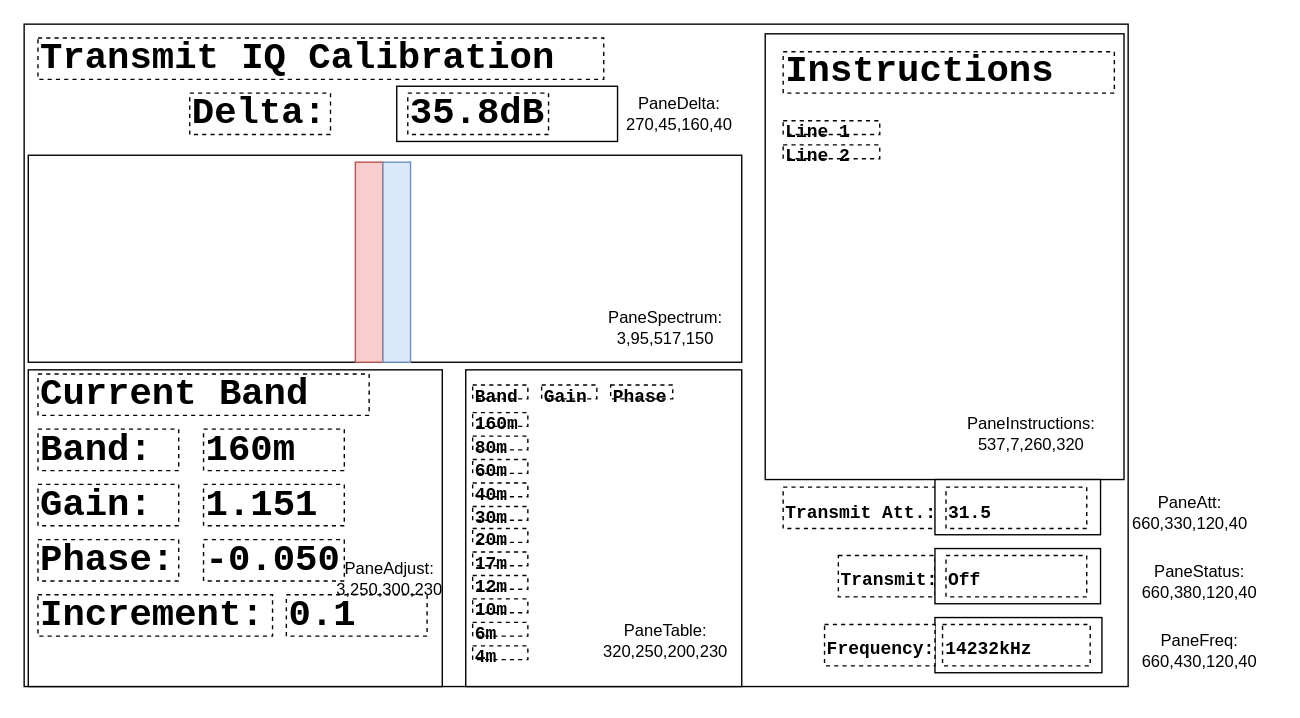
KI3P/Phoenix keeps this draw.io diagram as page "Transmit IQ Cal" (4 of 7) of code/docs/window_panes.drawio. Above is the earlier version. Source tidied: cells renumbered, new cells numbered last; positions are measured from the earlier drawing's top-left corner, leaving out a move shared by most shapes. Both pictures are drawn from the tidied source at 138%, with x=0, y=0 at pixel (23, 23).
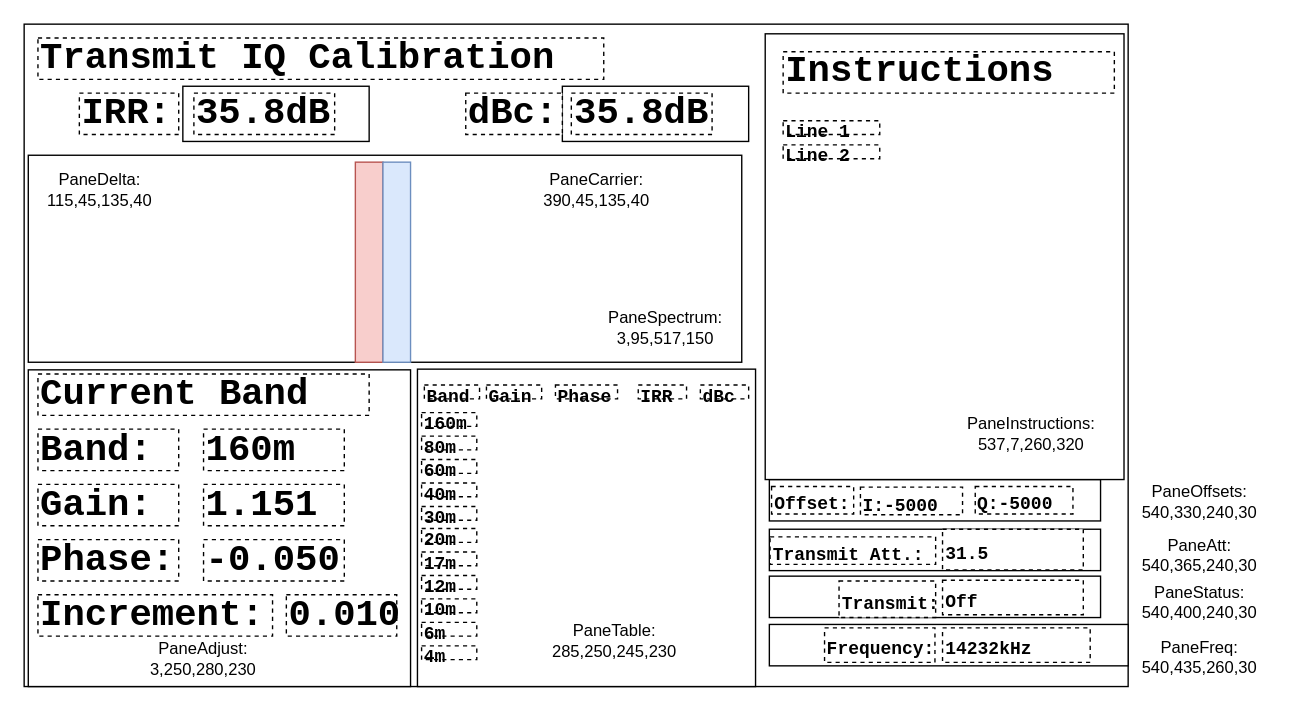
After the change.

The edit, as a diff of the source:
```diff
@@
+    <mxCell id="37" style="rounded=0;whiteSpace=wrap;html=1;" parent="1" vertex="1">
+      <mxGeometry x="540" y="366" width="240" height="30" as="geometry" />
+    </mxCell>
+    <mxCell id="56" style="rounded=0;whiteSpace=wrap;html=1;" parent="1" vertex="1">
+      <mxGeometry x="540" y="330" width="240" height="30" as="geometry" />
+    </mxCell>
+    <mxCell id="41" style="rounded=0;whiteSpace=wrap;html=1;" parent="1" vertex="1">
+      <mxGeometry x="540" y="400" width="240" height="30" as="geometry" />
+    </mxCell>
+    <mxCell id="57" style="rounded=0;whiteSpace=wrap;html=1;" parent="1" vertex="1">
+      <mxGeometry x="390" y="45" width="135" height="40" as="geometry" />
+    </mxCell>
     <mxCell id="3" style="rounded=0;whiteSpace=wrap;html=1;" parent="1" vertex="1">
-      <mxGeometry x="320" y="250.5" width="200" height="229.5" as="geometry" />
+      <mxGeometry x="285" y="250" width="245" height="230" as="geometry" />
     </mxCell>
     <mxCell id="4" style="rounded=0;whiteSpace=wrap;html=1;" parent="1" vertex="1">
-      <mxGeometry x="3" y="250.5" width="300" height="229.5" as="geometry" />
+      <mxGeometry x="3" y="250.5" width="277" height="229.5" as="geometry" />
     </mxCell>
@@
-    <mxCell id="13" value="0.1" style="rounded=0;whiteSpace=wrap;html=1;fontFamily=Courier New;fontSize=27;fontStyle=1;align=left;dashed=1;" parent="1" vertex="1">
-      <mxGeometry x="190" y="413.5" width="102" height="30" as="geometry" />
+    <mxCell id="13" value="0.010" style="rounded=0;whiteSpace=wrap;html=1;fontFamily=Courier New;fontSize=27;fontStyle=1;align=left;dashed=1;" parent="1" vertex="1">
+      <mxGeometry x="190" y="413.5" width="80" height="30" as="geometry" />
     </mxCell>
@@
     <mxCell id="15" value="&lt;font style=&quot;font-size: 13px;&quot;&gt;Band&lt;/font&gt;" style="rounded=0;whiteSpace=wrap;html=1;fontFamily=Courier New;fontSize=27;fontStyle=1;align=left;dashed=1;" parent="1" vertex="1">
-      <mxGeometry x="325" y="261.5" width="40" height="10" as="geometry" />
+      <mxGeometry x="290" y="261.5" width="40" height="10" as="geometry" />
     </mxCell>
     <mxCell id="16" value="&lt;font style=&quot;font-size: 13px;&quot;&gt;Gain&lt;/font&gt;" style="rounded=0;whiteSpace=wrap;html=1;fontFamily=Courier New;fontSize=27;fontStyle=1;align=left;dashed=1;" parent="1" vertex="1">
-      <mxGeometry x="375" y="261.5" width="40" height="10" as="geometry" />
+      <mxGeometry x="335" y="261.5" width="40" height="10" as="geometry" />
     </mxCell>
     <mxCell id="17" value="&lt;font style=&quot;font-size: 13px;&quot;&gt;Phase&lt;/font&gt;" style="rounded=0;whiteSpace=wrap;html=1;fontFamily=Courier New;fontSize=27;fontStyle=1;align=left;dashed=1;" parent="1" vertex="1">
-      <mxGeometry x="425" y="261.5" width="45" height="10" as="geometry" />
+      <mxGeometry x="385" y="261.5" width="45" height="10" as="geometry" />
     </mxCell>
     <mxCell id="18" value="&lt;font style=&quot;font-size: 13px;&quot;&gt;160m&lt;/font&gt;" style="rounded=0;whiteSpace=wrap;html=1;fontFamily=Courier New;fontSize=27;fontStyle=1;align=left;dashed=1;" parent="1" vertex="1">
-      <mxGeometry x="325" y="281.5" width="40" height="10" as="geometry" />
+      <mxGeometry x="288" y="281.5" width="40" height="10" as="geometry" />
     </mxCell>
     <mxCell id="19" value="&lt;font style=&quot;font-size: 13px;&quot;&gt;80m&lt;/font&gt;" style="rounded=0;whiteSpace=wrap;html=1;fontFamily=Courier New;fontSize=27;fontStyle=1;align=left;dashed=1;" parent="1" vertex="1">
-      <mxGeometry x="325" y="298.5" width="40" height="10" as="geometry" />
+      <mxGeometry x="288" y="298.5" width="40" height="10" as="geometry" />
     </mxCell>
     <mxCell id="20" value="&lt;font style=&quot;font-size: 13px;&quot;&gt;60m&lt;/font&gt;" style="rounded=0;whiteSpace=wrap;html=1;fontFamily=Courier New;fontSize=27;fontStyle=1;align=left;dashed=1;" parent="1" vertex="1">
-      <mxGeometry x="325" y="315.5" width="40" height="10" as="geometry" />
+      <mxGeometry x="288" y="315.5" width="40" height="10" as="geometry" />
     </mxCell>
     <mxCell id="21" value="&lt;font style=&quot;font-size: 13px;&quot;&gt;40m&lt;/font&gt;" style="rounded=0;whiteSpace=wrap;html=1;fontFamily=Courier New;fontSize=27;fontStyle=1;align=left;dashed=1;" parent="1" vertex="1">
-      <mxGeometry x="325" y="332.5" width="40" height="10" as="geometry" />
+      <mxGeometry x="288" y="332.5" width="40" height="10" as="geometry" />
     </mxCell>
     <mxCell id="22" value="&lt;font style=&quot;font-size: 13px;&quot;&gt;30m&lt;/font&gt;" style="rounded=0;whiteSpace=wrap;html=1;fontFamily=Courier New;fontSize=27;fontStyle=1;align=left;dashed=1;" parent="1" vertex="1">
-      <mxGeometry x="325" y="349.5" width="40" height="10" as="geometry" />
+      <mxGeometry x="288" y="349.5" width="40" height="10" as="geometry" />
     </mxCell>
     <mxCell id="23" value="&lt;font style=&quot;font-size: 13px;&quot;&gt;20m&lt;/font&gt;" style="rounded=0;whiteSpace=wrap;html=1;fontFamily=Courier New;fontSize=27;fontStyle=1;align=left;dashed=1;" parent="1" vertex="1">
-      <mxGeometry x="325" y="365.5" width="40" height="10" as="geometry" />
+      <mxGeometry x="288" y="365.5" width="40" height="10" as="geometry" />
     </mxCell>
     <mxCell id="24" value="&lt;font style=&quot;font-size: 13px;&quot;&gt;17m&lt;/font&gt;" style="rounded=0;whiteSpace=wrap;html=1;fontFamily=Courier New;fontSize=27;fontStyle=1;align=left;dashed=1;" parent="1" vertex="1">
-      <mxGeometry x="325" y="382.5" width="40" height="10" as="geometry" />
+      <mxGeometry x="288" y="382.5" width="40" height="10" as="geometry" />
     </mxCell>
     <mxCell id="25" value="&lt;font style=&quot;font-size: 13px;&quot;&gt;12m&lt;/font&gt;" style="rounded=0;whiteSpace=wrap;html=1;fontFamily=Courier New;fontSize=27;fontStyle=1;align=left;dashed=1;" parent="1" vertex="1">
-      <mxGeometry x="325" y="399.5" width="40" height="10" as="geometry" />
+      <mxGeometry x="288" y="399.5" width="40" height="10" as="geometry" />
     </mxCell>
     <mxCell id="26" value="&lt;font style=&quot;font-size: 13px;&quot;&gt;10m&lt;/font&gt;" style="rounded=0;whiteSpace=wrap;html=1;fontFamily=Courier New;fontSize=27;fontStyle=1;align=left;dashed=1;" parent="1" vertex="1">
-      <mxGeometry x="325" y="416.5" width="40" height="10" as="geometry" />
+      <mxGeometry x="288" y="416.5" width="40" height="10" as="geometry" />
     </mxCell>
     <mxCell id="27" value="&lt;font style=&quot;font-size: 13px;&quot;&gt;6m&lt;/font&gt;" style="rounded=0;whiteSpace=wrap;html=1;fontFamily=Courier New;fontSize=27;fontStyle=1;align=left;dashed=1;" parent="1" vertex="1">
-      <mxGeometry x="325" y="433.5" width="40" height="10" as="geometry" />
+      <mxGeometry x="288" y="433.5" width="40" height="10" as="geometry" />
     </mxCell>
     <mxCell id="28" value="&lt;font style=&quot;font-size: 13px;&quot;&gt;4m&lt;/font&gt;" style="rounded=0;whiteSpace=wrap;html=1;fontFamily=Courier New;fontSize=27;fontStyle=1;align=left;dashed=1;" parent="1" vertex="1">
-      <mxGeometry x="325" y="450.5" width="40" height="10" as="geometry" />
+      <mxGeometry x="288" y="450.5" width="40" height="10" as="geometry" />
     </mxCell>
@@
-    <mxCell id="34" value="PaneTable: 320,250,200,230" style="text;html=1;whiteSpace=wrap;strokeColor=none;fillColor=none;align=center;verticalAlign=middle;rounded=0;" parent="1" vertex="1">
-      <mxGeometry x="410" y="421.5" width="110" height="50" as="geometry" />
+    <mxCell id="34" value="PaneTable: 285,250,245,230" style="text;html=1;whiteSpace=wrap;strokeColor=none;fillColor=none;align=center;verticalAlign=middle;rounded=0;" parent="1" vertex="1">
+      <mxGeometry x="373" y="421.5" width="110" height="50" as="geometry" />
     </mxCell>
-    <mxCell id="35" value="PaneAdjust: 3,250,300,230" style="text;html=1;whiteSpace=wrap;strokeColor=none;fillColor=none;align=center;verticalAlign=middle;rounded=0;" parent="1" vertex="1">
-      <mxGeometry x="210" y="377" width="110" height="50" as="geometry" />
+    <mxCell id="35" value="PaneAdjust: 3,250,280,230" style="text;html=1;whiteSpace=wrap;strokeColor=none;fillColor=none;align=center;verticalAlign=middle;rounded=0;" parent="1" vertex="1">
+      <mxGeometry x="75" y="435" width="110" height="50" as="geometry" />
     </mxCell>
     <mxCell id="36" value="&lt;font style=&quot;font-size: 13px;&quot;&gt;Transmit Att.:&lt;/font&gt;" style="rounded=0;whiteSpace=wrap;html=1;fontFamily=Courier New;fontSize=27;fontStyle=1;align=left;dashed=1;" parent="1" vertex="1">
-      <mxGeometry x="550" y="335.5" width="120" height="30" as="geometry" />
+      <mxGeometry x="540.5" y="371.5" width="120" height="20" as="geometry" />
     </mxCell>
-    <mxCell id="37" style="rounded=0;whiteSpace=wrap;html=1;" parent="1" vertex="1">
-      <mxGeometry x="660" y="330" width="120" height="40" as="geometry" />
-    </mxCell>
     <mxCell id="38" value="&lt;font style=&quot;font-size: 13px;&quot;&gt;31.5&lt;/font&gt;" style="rounded=0;whiteSpace=wrap;html=1;fontFamily=Courier New;fontSize=27;fontStyle=1;align=left;dashed=1;" parent="1" vertex="1">
-      <mxGeometry x="668" y="335.5" width="102" height="30" as="geometry" />
+      <mxGeometry x="665.5" y="366" width="102" height="29.5" as="geometry" />
     </mxCell>
-    <mxCell id="39" value="PaneAtt: 660,330,120,40" style="text;html=1;whiteSpace=wrap;strokeColor=none;fillColor=none;align=center;verticalAlign=middle;rounded=0;" parent="1" vertex="1">
-      <mxGeometry x="790" y="329.2" width="110" height="50" as="geometry" />
+    <mxCell id="39" value="PaneAtt: 540,365,240,3&lt;span style=&quot;background-color: transparent; color: light-dark(rgb(0, 0, 0), rgb(255, 255, 255));&quot;&gt;0&lt;/span&gt;" style="text;html=1;whiteSpace=wrap;strokeColor=none;fillColor=none;align=center;verticalAlign=middle;rounded=0;" parent="1" vertex="1">
+      <mxGeometry x="797" y="359.5" width="110" height="50" as="geometry" />
     </mxCell>
     <mxCell id="40" value="&lt;font style=&quot;font-size: 13px;&quot;&gt;Transmit:&lt;/font&gt;" style="rounded=0;whiteSpace=wrap;html=1;fontFamily=Courier New;fontSize=27;fontStyle=1;align=left;dashed=1;" parent="1" vertex="1">
-      <mxGeometry x="590" y="385" width="70" height="30" as="geometry" />
+      <mxGeometry x="590.5" y="403.5" width="70" height="26.5" as="geometry" />
     </mxCell>
-    <mxCell id="41" style="rounded=0;whiteSpace=wrap;html=1;" parent="1" vertex="1">
-      <mxGeometry x="660" y="380" width="120" height="40" as="geometry" />
-    </mxCell>
     <mxCell id="42" value="&lt;font style=&quot;font-size: 13px;&quot;&gt;Off&lt;/font&gt;" style="rounded=0;whiteSpace=wrap;html=1;fontFamily=Courier New;fontSize=27;fontStyle=1;align=left;dashed=1;" parent="1" vertex="1">
-      <mxGeometry x="668" y="385" width="102" height="30" as="geometry" />
+      <mxGeometry x="665.5" y="403" width="102" height="25" as="geometry" />
     </mxCell>
-    <mxCell id="43" value="PaneStatus: 660,380,120,40" style="text;html=1;whiteSpace=wrap;strokeColor=none;fillColor=none;align=center;verticalAlign=middle;rounded=0;" parent="1" vertex="1">
-      <mxGeometry x="797" y="379.2" width="110" height="50" as="geometry" />
+    <mxCell id="43" value="PaneStatus: 540,400,240,30" style="text;html=1;whiteSpace=wrap;strokeColor=none;fillColor=none;align=center;verticalAlign=middle;rounded=0;" parent="1" vertex="1">
+      <mxGeometry x="797" y="393.5" width="110" height="50" as="geometry" />
     </mxCell>
     <mxCell id="44" style="rounded=0;whiteSpace=wrap;html=1;" parent="1" vertex="1">
-      <mxGeometry x="660" y="430" width="121" height="40" as="geometry" />
+      <mxGeometry x="540" y="435" width="260" height="30" as="geometry" />
     </mxCell>
     <mxCell id="45" value="&lt;font style=&quot;font-size: 13px;&quot;&gt;Frequency:&lt;/font&gt;" style="rounded=0;whiteSpace=wrap;html=1;fontFamily=Courier New;fontSize=27;fontStyle=1;align=left;dashed=1;" parent="1" vertex="1">
-      <mxGeometry x="580" y="435" width="80" height="30" as="geometry" />
+      <mxGeometry x="580" y="437.5" width="80" height="25" as="geometry" />
     </mxCell>
-    <mxCell id="46" value="PaneFreq: 660,430,120,40" style="text;html=1;whiteSpace=wrap;strokeColor=none;fillColor=none;align=center;verticalAlign=middle;rounded=0;" parent="1" vertex="1">
-      <mxGeometry x="797" y="429.2" width="110" height="50" as="geometry" />
+    <mxCell id="46" value="PaneFreq: 540,435&lt;span style=&quot;background-color: transparent; color: light-dark(rgb(0, 0, 0), rgb(255, 255, 255));&quot;&gt;,260,30&lt;/span&gt;" style="text;html=1;whiteSpace=wrap;strokeColor=none;fillColor=none;align=center;verticalAlign=middle;rounded=0;" parent="1" vertex="1">
+      <mxGeometry x="797" y="433.5" width="110" height="50" as="geometry" />
     </mxCell>
     <mxCell id="47" value="&lt;font style=&quot;font-size: 13px;&quot;&gt;14232kHz&lt;/font&gt;" style="rounded=0;whiteSpace=wrap;html=1;fontFamily=Courier New;fontSize=27;fontStyle=1;align=left;dashed=1;" parent="1" vertex="1">
-      <mxGeometry x="665.5" y="435" width="107" height="30" as="geometry" />
+      <mxGeometry x="665.5" y="437.5" width="107" height="25" as="geometry" />
     </mxCell>
     <mxCell id="48" style="rounded=0;whiteSpace=wrap;html=1;" parent="1" vertex="1">
-      <mxGeometry x="270" y="45" width="160" height="40" as="geometry" />
+      <mxGeometry x="115" y="45" width="135" height="40" as="geometry" />
     </mxCell>
@@
-    <mxCell id="52" value="Delta:" style="rounded=0;whiteSpace=wrap;html=1;fontFamily=Courier New;fontSize=27;fontStyle=1;align=left;dashed=1;" parent="1" vertex="1">
-      <mxGeometry x="120" y="50" width="102" height="30" as="geometry" />
+    <mxCell id="52" value="IRR:" style="rounded=0;whiteSpace=wrap;html=1;fontFamily=Courier New;fontSize=27;fontStyle=1;align=left;dashed=1;" parent="1" vertex="1">
+      <mxGeometry x="40" y="50" width="72" height="30" as="geometry" />
     </mxCell>
     <mxCell id="53" value="35.8dB" style="rounded=0;whiteSpace=wrap;html=1;fontFamily=Courier New;fontSize=27;fontStyle=1;align=left;dashed=1;" parent="1" vertex="1">
-      <mxGeometry x="278" y="50" width="102" height="30" as="geometry" />
+      <mxGeometry x="123" y="50" width="102" height="30" as="geometry" />
     </mxCell>
-    <mxCell id="54" value="PaneDelta: 270,45,160,40" style="text;html=1;whiteSpace=wrap;strokeColor=none;fillColor=none;align=center;verticalAlign=middle;rounded=0;" parent="1" vertex="1">
-      <mxGeometry x="420" y="40" width="110" height="50" as="geometry" />
+    <mxCell id="54" value="PaneDelta: 115,45,135,40" style="text;html=1;whiteSpace=wrap;strokeColor=none;fillColor=none;align=center;verticalAlign=middle;rounded=0;" parent="1" vertex="1">
+      <mxGeometry y="95" width="110" height="50" as="geometry" />
     </mxCell>
@@
+    <mxCell id="58" value="dBc:" style="rounded=0;whiteSpace=wrap;html=1;fontFamily=Courier New;fontSize=27;fontStyle=1;align=left;dashed=1;" parent="1" vertex="1">
+      <mxGeometry x="320" y="50" width="70" height="30" as="geometry" />
+    </mxCell>
+    <mxCell id="59" value="PaneCarrier: 390,45,135,40" style="text;html=1;whiteSpace=wrap;strokeColor=none;fillColor=none;align=center;verticalAlign=middle;rounded=0;" parent="1" vertex="1">
+      <mxGeometry x="360" y="95" width="110" height="50" as="geometry" />
+    </mxCell>
+    <mxCell id="60" value="35.8dB" style="rounded=0;whiteSpace=wrap;html=1;fontFamily=Courier New;fontSize=27;fontStyle=1;align=left;dashed=1;" parent="1" vertex="1">
+      <mxGeometry x="396.5" y="50" width="102" height="30" as="geometry" />
+    </mxCell>
+    <mxCell id="61" value="PaneOffsets: 540,330,240,3&lt;span style=&quot;background-color: transparent; color: light-dark(rgb(0, 0, 0), rgb(255, 255, 255));&quot;&gt;0&lt;/span&gt;" style="text;html=1;whiteSpace=wrap;strokeColor=none;fillColor=none;align=center;verticalAlign=middle;rounded=0;" parent="1" vertex="1">
+      <mxGeometry x="797" y="320.5" width="110" height="50" as="geometry" />
+    </mxCell>
+    <mxCell id="62" value="&lt;font style=&quot;font-size: 13px;&quot;&gt;Offset:&lt;/font&gt;" style="rounded=0;whiteSpace=wrap;html=1;fontFamily=Courier New;fontSize=27;fontStyle=1;align=left;dashed=1;" parent="1" vertex="1">
+      <mxGeometry x="541.6" y="335" width="59.5" height="20" as="geometry" />
+    </mxCell>
+    <mxCell id="63" value="&lt;font style=&quot;font-size: 13px;&quot;&gt;Q:-5000&lt;/font&gt;" style="rounded=0;whiteSpace=wrap;html=1;fontFamily=Courier New;fontSize=27;fontStyle=1;align=left;dashed=1;" parent="1" vertex="1">
+      <mxGeometry x="689.2" y="335" width="70.8" height="20" as="geometry" />
+    </mxCell>
+    <mxCell id="64" value="&lt;font style=&quot;font-size: 13px;&quot;&gt;I:-5000&lt;/font&gt;" style="rounded=0;whiteSpace=wrap;html=1;fontFamily=Courier New;fontSize=27;fontStyle=1;align=left;dashed=1;" parent="1" vertex="1">
+      <mxGeometry x="606" y="335.5" width="74" height="20" as="geometry" />
+    </mxCell>
+    <mxCell id="65" value="&lt;font style=&quot;font-size: 13px;&quot;&gt;IRR&lt;/font&gt;" style="rounded=0;whiteSpace=wrap;html=1;fontFamily=Courier New;fontSize=27;fontStyle=1;align=left;dashed=1;" parent="1" vertex="1">
+      <mxGeometry x="445" y="261.5" width="35" height="10" as="geometry" />
+    </mxCell>
+    <mxCell id="66" value="&lt;font style=&quot;font-size: 13px;&quot;&gt;dBc&lt;/font&gt;" style="rounded=0;whiteSpace=wrap;html=1;fontFamily=Courier New;fontSize=27;fontStyle=1;align=left;dashed=1;" parent="1" vertex="1">
+      <mxGeometry x="490" y="261.5" width="35" height="10" as="geometry" />
+    </mxCell>
```
